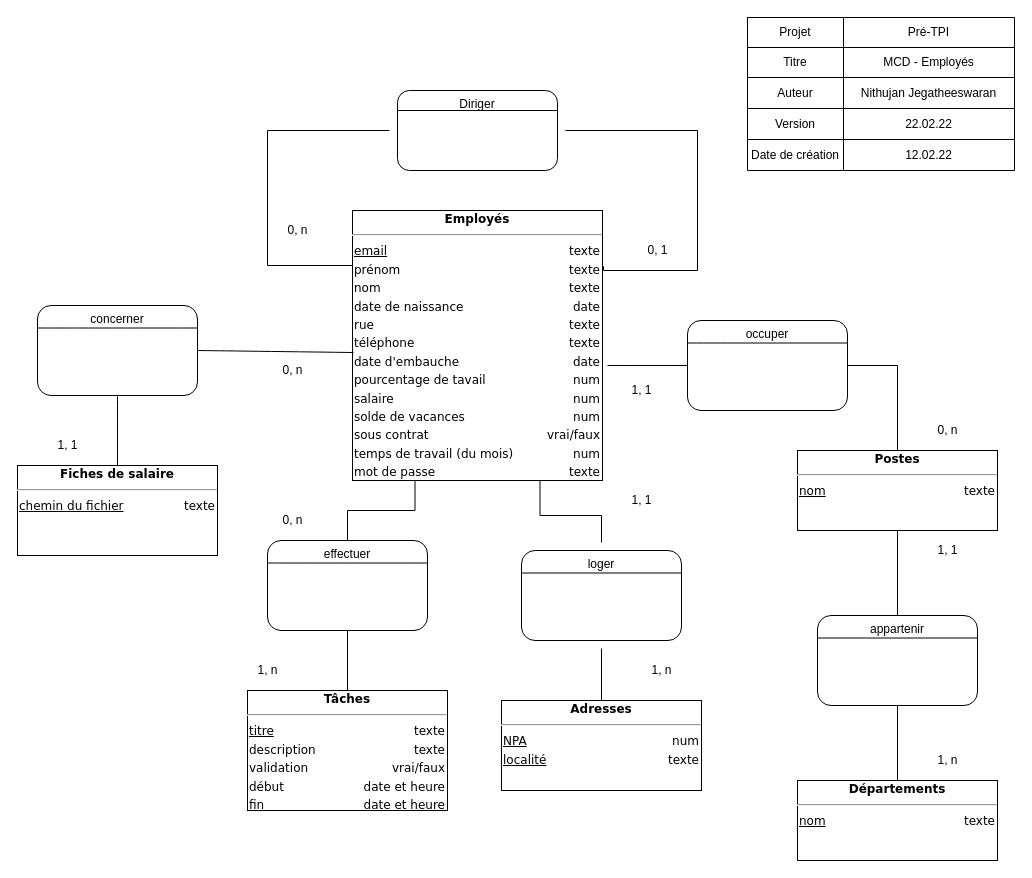
J-Nithujan/employee_mgmt_app keeps this draw.io diagram as conception/database/MCD_Employés.drawio. Above is the earlier version. Source tidied: cells renumbered, new cells numbered last; positions are measured from the earlier drawing's top-left corner, leaving out a move shared by most shapes. Both pictures are drawn from the tidied source at 100%, with x=0, y=0 at pixel (17, 17).
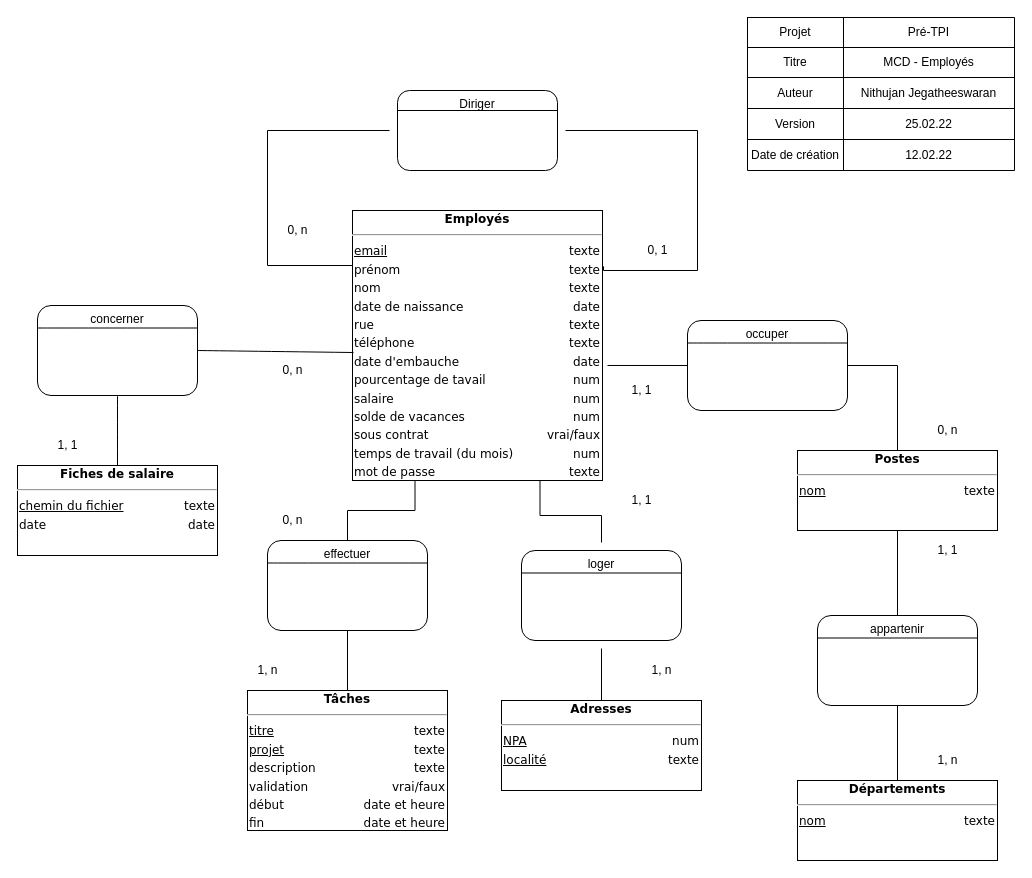
After the change.

Unchanged cells that the change refers to:
```xml
<mxCell id="12" style="shape=partialRectangle;html=1;whiteSpace=wrap;fillColor=none;top=0;left=0;bottom=0;right=0;" parent="2" vertex="1">
  <mxGeometry y="91" width="267" height="31" as="geometry" />
</mxCell>
```

Change to the diagram source:
```diff
@@
-    <mxCell id="14" value="22.02.22" style="shape=partialRectangle;html=1;whiteSpace=wrap;fillColor=none;top=0;left=0;bottom=0;right=0;overflow=hidden;" parent="12" vertex="1">
+    <mxCell id="14" value="25.02.22" style="shape=partialRectangle;html=1;whiteSpace=wrap;fillColor=none;top=0;left=0;bottom=0;right=0;overflow=hidden;" parent="12" vertex="1">
       <mxGeometry x="96" width="171" height="31" as="geometry" />
     </mxCell>
@@
-    <mxCell id="47" value="&lt;div style=&quot;box-sizing: border-box ; width: 100% ; padding: 2px&quot;&gt;&lt;span style=&quot;background-color: rgb(255 , 255 , 255)&quot;&gt;&lt;b&gt;Tâches&lt;/b&gt;&lt;/span&gt;&lt;/div&gt;&lt;hr&gt;&lt;table style=&quot;width: 100% ; font-size: 1em&quot; cellpadding=&quot;2&quot; cellspacing=&quot;0&quot;&gt;&lt;tbody&gt;&lt;tr&gt;&lt;td style=&quot;text-align: left&quot;&gt;&lt;u&gt;titre&lt;/u&gt;&lt;/td&gt;&lt;td style=&quot;text-align: right&quot;&gt;texte&lt;br&gt;&lt;/td&gt;&lt;/tr&gt;&lt;tr&gt;&lt;td style=&quot;text-align: left&quot;&gt;description&lt;/td&gt;&lt;td style=&quot;text-align: right&quot;&gt;texte&lt;/td&gt;&lt;/tr&gt;&lt;tr&gt;&lt;td style=&quot;text-align: left&quot;&gt;validation&lt;/td&gt;&lt;td style=&quot;text-align: right&quot;&gt;vrai/faux&lt;/td&gt;&lt;/tr&gt;&lt;tr&gt;&lt;td style=&quot;text-align: left&quot;&gt;début&lt;/td&gt;&lt;td style=&quot;text-align: right&quot;&gt;date et heure&lt;/td&gt;&lt;/tr&gt;&lt;tr&gt;&lt;td style=&quot;text-align: left&quot;&gt;fin&lt;/td&gt;&lt;td style=&quot;text-align: right&quot;&gt;date et heure&lt;/td&gt;&lt;/tr&gt;&lt;/tbody&gt;&lt;/table&gt;" style="verticalAlign=top;align=center;overflow=fill;html=1;rounded=0;shadow=0;comic=0;labelBackgroundColor=none;strokeColor=#000000;strokeWidth=1;fillColor=#ffffff;fontFamily=Verdana;fontSize=12;fontColor=#000000;hachureGap=4;" parent="1" vertex="1">
-      <mxGeometry x="230" y="673" width="200" height="120" as="geometry" />
+    <mxCell id="47" value="&lt;div style=&quot;box-sizing: border-box ; width: 100% ; padding: 2px&quot;&gt;&lt;span style=&quot;background-color: rgb(255 , 255 , 255)&quot;&gt;&lt;b&gt;Tâches&lt;/b&gt;&lt;/span&gt;&lt;/div&gt;&lt;hr&gt;&lt;table style=&quot;width: 100% ; font-size: 1em&quot; cellpadding=&quot;2&quot; cellspacing=&quot;0&quot;&gt;&lt;tbody&gt;&lt;tr&gt;&lt;td style=&quot;text-align: left&quot;&gt;&lt;u&gt;titre&lt;/u&gt;&lt;/td&gt;&lt;td style=&quot;text-align: right&quot;&gt;texte&lt;br&gt;&lt;/td&gt;&lt;/tr&gt;&lt;tr&gt;&lt;td style=&quot;text-align: left&quot;&gt;&lt;u&gt;projet&lt;/u&gt;&lt;/td&gt;&lt;td style=&quot;text-align: right&quot;&gt;texte&lt;/td&gt;&lt;/tr&gt;&lt;tr&gt;&lt;td style=&quot;text-align: left&quot;&gt;description&lt;/td&gt;&lt;td style=&quot;text-align: right&quot;&gt;texte&lt;/td&gt;&lt;/tr&gt;&lt;tr&gt;&lt;td style=&quot;text-align: left&quot;&gt;validation&lt;/td&gt;&lt;td style=&quot;text-align: right&quot;&gt;vrai/faux&lt;/td&gt;&lt;/tr&gt;&lt;tr&gt;&lt;td style=&quot;text-align: left&quot;&gt;début&lt;/td&gt;&lt;td style=&quot;text-align: right&quot;&gt;date et heure&lt;/td&gt;&lt;/tr&gt;&lt;tr&gt;&lt;td style=&quot;text-align: left&quot;&gt;fin&lt;/td&gt;&lt;td style=&quot;text-align: right&quot;&gt;date et heure&lt;/td&gt;&lt;/tr&gt;&lt;/tbody&gt;&lt;/table&gt;" style="verticalAlign=top;align=center;overflow=fill;html=1;rounded=0;shadow=0;comic=0;labelBackgroundColor=none;strokeColor=#000000;strokeWidth=1;fillColor=#ffffff;fontFamily=Verdana;fontSize=12;fontColor=#000000;hachureGap=4;" parent="1" vertex="1">
+      <mxGeometry x="230" y="673" width="200" height="140" as="geometry" />
     </mxCell>
@@
-    <mxCell id="54" value="&lt;div style=&quot;box-sizing: border-box ; width: 100% ; padding: 2px&quot;&gt;&lt;span style=&quot;background-color: rgb(255 , 255 , 255)&quot;&gt;&lt;b&gt;Fiches de salaire&lt;/b&gt;&lt;/span&gt;&lt;/div&gt;&lt;hr&gt;&lt;table style=&quot;width: 100% ; font-size: 1em&quot; cellpadding=&quot;2&quot; cellspacing=&quot;0&quot;&gt;&lt;tbody&gt;&lt;tr&gt;&lt;td style=&quot;text-align: left&quot;&gt;&lt;u&gt;chemin du fichier&lt;/u&gt;&lt;/td&gt;&lt;td style=&quot;text-align: right&quot;&gt;texte&lt;br&gt;&lt;/td&gt;&lt;/tr&gt;&lt;/tbody&gt;&lt;/table&gt;" style="verticalAlign=top;align=center;overflow=fill;html=1;rounded=0;shadow=0;comic=0;labelBackgroundColor=none;strokeColor=#000000;strokeWidth=1;fillColor=#ffffff;fontFamily=Verdana;fontSize=12;fontColor=#000000;hachureGap=4;" parent="1" vertex="1">
+    <mxCell id="54" value="&lt;div style=&quot;box-sizing: border-box ; width: 100% ; padding: 2px&quot;&gt;&lt;span style=&quot;background-color: rgb(255 , 255 , 255)&quot;&gt;&lt;b&gt;Fiches de salaire&lt;/b&gt;&lt;/span&gt;&lt;/div&gt;&lt;hr&gt;&lt;table style=&quot;width: 100% ; font-size: 1em&quot; cellpadding=&quot;2&quot; cellspacing=&quot;0&quot;&gt;&lt;tbody&gt;&lt;tr&gt;&lt;td style=&quot;text-align: left&quot;&gt;&lt;u&gt;chemin du fichier&lt;/u&gt;&lt;/td&gt;&lt;td style=&quot;text-align: right&quot;&gt;texte&lt;br&gt;&lt;/td&gt;&lt;/tr&gt;&lt;tr&gt;&lt;td style=&quot;text-align: left&quot;&gt;date&lt;/td&gt;&lt;td style=&quot;text-align: right&quot;&gt;date&lt;/td&gt;&lt;/tr&gt;&lt;/tbody&gt;&lt;/table&gt;" style="verticalAlign=top;align=center;overflow=fill;html=1;rounded=0;shadow=0;comic=0;labelBackgroundColor=none;strokeColor=#000000;strokeWidth=1;fillColor=#ffffff;fontFamily=Verdana;fontSize=12;fontColor=#000000;hachureGap=4;" parent="1" vertex="1">
       <mxGeometry y="448" width="200" height="90" as="geometry" />
     </mxCell>
```
